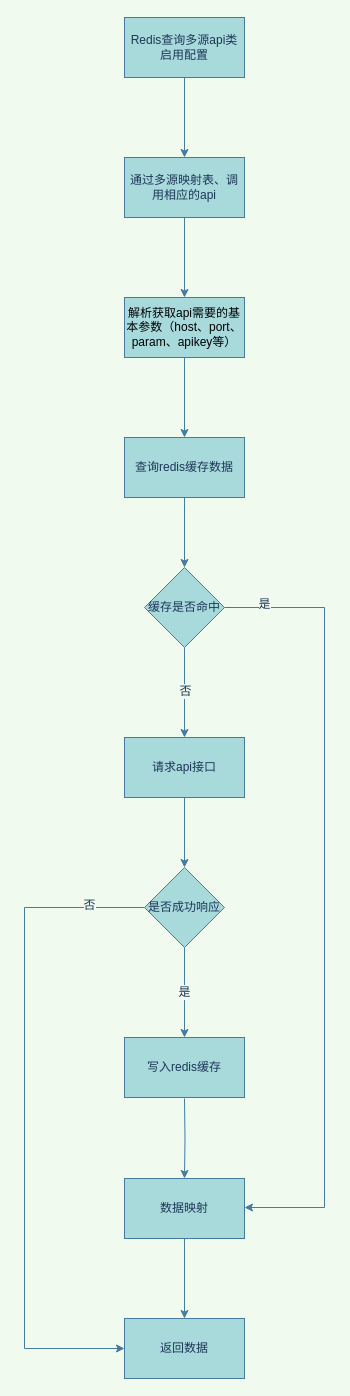
Above: tip.drawio in Christings/wechat (draw.io), before the change. Source tidied: cells renumbered, new cells numbered last; positions are measured from the earlier drawing's top-left corner, leaving out a move shared by most shapes. Both pictures are drawn from the tidied source at 100%, with x=0, y=0 at pixel (24, 17).
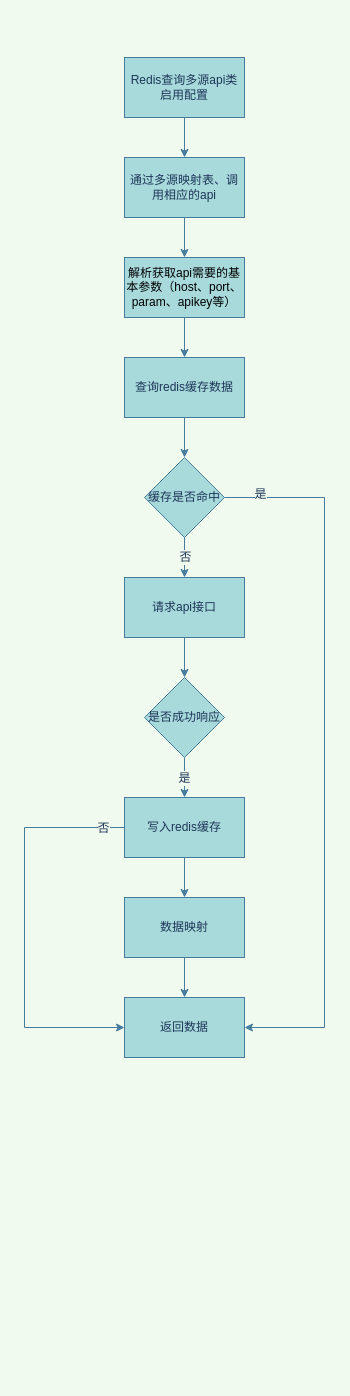
The same page after the edit.

Change to the diagram source:
```diff
@@
     <mxCell id="3" value="Redis查询多源api类启用配置" style="rounded=0;whiteSpace=wrap;html=1;fontSize=12;fillColor=#A8DADC;strokeColor=#457B9D;fontColor=#1D3557;" parent="1" vertex="1">
-      <mxGeometry x="100" width="120" height="60" as="geometry" />
+      <mxGeometry x="100" y="40" width="120" height="60" as="geometry" />
     </mxCell>
-    <mxCell id="4" style="edgeStyle=orthogonalEdgeStyle;rounded=0;jettySize=auto;html=1;fontSize=12;labelBackgroundColor=#F1FAEE;strokeColor=#457B9D;fontColor=#1D3557;" parent="1" edge="1" target="6">
-      <mxGeometry relative="1" as="geometry">
-        <mxPoint x="160" y="1081" as="sourcePoint" />
-      </mxGeometry>
+    <mxCell id="4" style="edgeStyle=orthogonalEdgeStyle;rounded=0;jettySize=auto;html=1;fontSize=12;labelBackgroundColor=#F1FAEE;strokeColor=#457B9D;fontColor=#1D3557;exitX=0.5;exitY=1;exitDx=0;exitDy=0;" parent="1" edge="1" source="26" target="6">
+      <mxGeometry relative="1" as="geometry" />
     </mxCell>
@@
     <mxCell id="6" value="数据映射" style="whiteSpace=wrap;html=1;rounded=0;fontSize=12;fillColor=#A8DADC;strokeColor=#457B9D;fontColor=#1D3557;" parent="1" vertex="1">
-      <mxGeometry x="100" y="1161" width="120" height="60" as="geometry" />
+      <mxGeometry x="100" y="880" width="120" height="60" as="geometry" />
     </mxCell>
     <mxCell id="7" value="返回数据" style="whiteSpace=wrap;html=1;rounded=0;fontSize=12;fillColor=#A8DADC;strokeColor=#457B9D;fontColor=#1D3557;" parent="1" vertex="1">
-      <mxGeometry x="100" y="1301" width="120" height="60" as="geometry" />
+      <mxGeometry x="100" y="980" width="120" height="60" as="geometry" />
     </mxCell>
@@
     <mxCell id="11" value="&lt;span style=&quot;color: rgb(0 , 0 , 0) ; font-family: &amp;#34;helvetica&amp;#34;&quot;&gt;解析获取api需要的基本参数（host、port、param、apikey等）&lt;/span&gt;" style="whiteSpace=wrap;html=1;rounded=0;fontSize=12;fillColor=#A8DADC;strokeColor=#457B9D;fontColor=#1D3557;" parent="1" vertex="1">
-      <mxGeometry x="100" y="280" width="120" height="60" as="geometry" />
+      <mxGeometry x="100" y="240" width="120" height="60" as="geometry" />
     </mxCell>
@@
-    <mxCell id="13" style="edgeStyle=orthogonalEdgeStyle;rounded=0;jettySize=auto;html=1;fontSize=12;exitX=1;exitY=0.5;exitDx=0;exitDy=0;labelBackgroundColor=#F1FAEE;strokeColor=#457B9D;fontColor=#1D3557;" parent="1" edge="1" source="18">
+    <mxCell id="13" style="edgeStyle=orthogonalEdgeStyle;rounded=0;jettySize=auto;html=1;fontSize=12;exitX=1;exitY=0.5;exitDx=0;exitDy=0;labelBackgroundColor=#F1FAEE;strokeColor=#457B9D;fontColor=#1D3557;" parent="1" edge="1" source="18" target="7">
       <mxGeometry relative="1" as="geometry">
-        <mxPoint x="220" y="1190" as="targetPoint" />
         <Array as="points">
-          <mxPoint x="300" y="590" />
-          <mxPoint x="300" y="1190" />
+          <mxPoint x="300" y="480" />
+          <mxPoint x="300" y="1010" />
         </Array>
       </mxGeometry>
     </mxCell>
@@
     <mxCell id="15" value="&lt;span style=&quot;font-size: 12px;&quot;&gt;查询redis缓存数据&lt;/span&gt;" style="whiteSpace=wrap;html=1;rounded=0;fontSize=12;fillColor=#A8DADC;strokeColor=#457B9D;fontColor=#1D3557;" parent="1" vertex="1">
-      <mxGeometry x="100" y="420" width="120" height="60" as="geometry" />
+      <mxGeometry x="100" y="340" width="120" height="60" as="geometry" />
     </mxCell>
@@
     <mxCell id="18" value="&lt;span style=&quot;font-size: 12px;&quot;&gt;缓存是否命中&lt;/span&gt;" style="rhombus;whiteSpace=wrap;html=1;rounded=0;fontSize=12;fillColor=#A8DADC;strokeColor=#457B9D;fontColor=#1D3557;" parent="1" vertex="1">
-      <mxGeometry x="120" y="550" width="80" height="80" as="geometry" />
+      <mxGeometry x="120" y="440" width="80" height="80" as="geometry" />
     </mxCell>
@@
     <mxCell id="20" value="请求api接口" style="whiteSpace=wrap;html=1;rounded=0;fontSize=12;fillColor=#A8DADC;strokeColor=#457B9D;fontColor=#1D3557;" parent="1" vertex="1">
-      <mxGeometry x="100" y="720" width="120" height="60" as="geometry" />
+      <mxGeometry x="100" y="560" width="120" height="60" as="geometry" />
     </mxCell>
@@
-    <mxCell id="23" style="edgeStyle=orthogonalEdgeStyle;rounded=0;jettySize=auto;html=1;fontSize=12;entryX=0;entryY=0.5;entryDx=0;entryDy=0;labelBackgroundColor=#F1FAEE;strokeColor=#457B9D;fontColor=#1D3557;" parent="1" edge="1" source="25" target="7">
+    <mxCell id="23" style="edgeStyle=orthogonalEdgeStyle;rounded=0;jettySize=auto;html=1;fontSize=12;entryX=0;entryY=0.5;entryDx=0;entryDy=0;labelBackgroundColor=#F1FAEE;strokeColor=#457B9D;fontColor=#1D3557;exitX=0;exitY=0.5;exitDx=0;exitDy=0;" parent="1" edge="1" source="26" target="7">
       <mxGeometry relative="1" as="geometry">
         <Array as="points">
-          <mxPoint y="890" />
-          <mxPoint y="1331" />
+          <mxPoint y="810" />
+          <mxPoint y="1010" />
         </Array>
       </mxGeometry>
     </mxCell>
     <mxCell id="24" value="否" style="edgeLabel;html=1;align=center;verticalAlign=middle;fontSize=12;labelBackgroundColor=#F1FAEE;fontColor=#1D3557;" parent="23" vertex="1">
-      <mxGeometry x="-0.83" y="-3" relative="1" as="geometry" />
+      <mxGeometry x="-0.83" y="-3" relative="1" as="geometry">
+        <mxPoint x="12" y="3" as="offset" />
+      </mxGeometry>
     </mxCell>
     <mxCell id="25" value="是否成功响应" style="rhombus;whiteSpace=wrap;html=1;rounded=0;fontSize=12;fillColor=#A8DADC;strokeColor=#457B9D;fontColor=#1D3557;" parent="1" vertex="1">
-      <mxGeometry x="120" y="850" width="80" height="80" as="geometry" />
+      <mxGeometry x="120" y="660" width="80" height="80" as="geometry" />
     </mxCell>
     <mxCell id="26" value="写入redis缓存" style="whiteSpace=wrap;html=1;rounded=0;fontSize=12;fillColor=#A8DADC;strokeColor=#457B9D;fontColor=#1D3557;" parent="1" vertex="1">
-      <mxGeometry x="100" y="1020" width="120" height="60" as="geometry" />
+      <mxGeometry x="100" y="780" width="120" height="60" as="geometry" />
     </mxCell>
```
